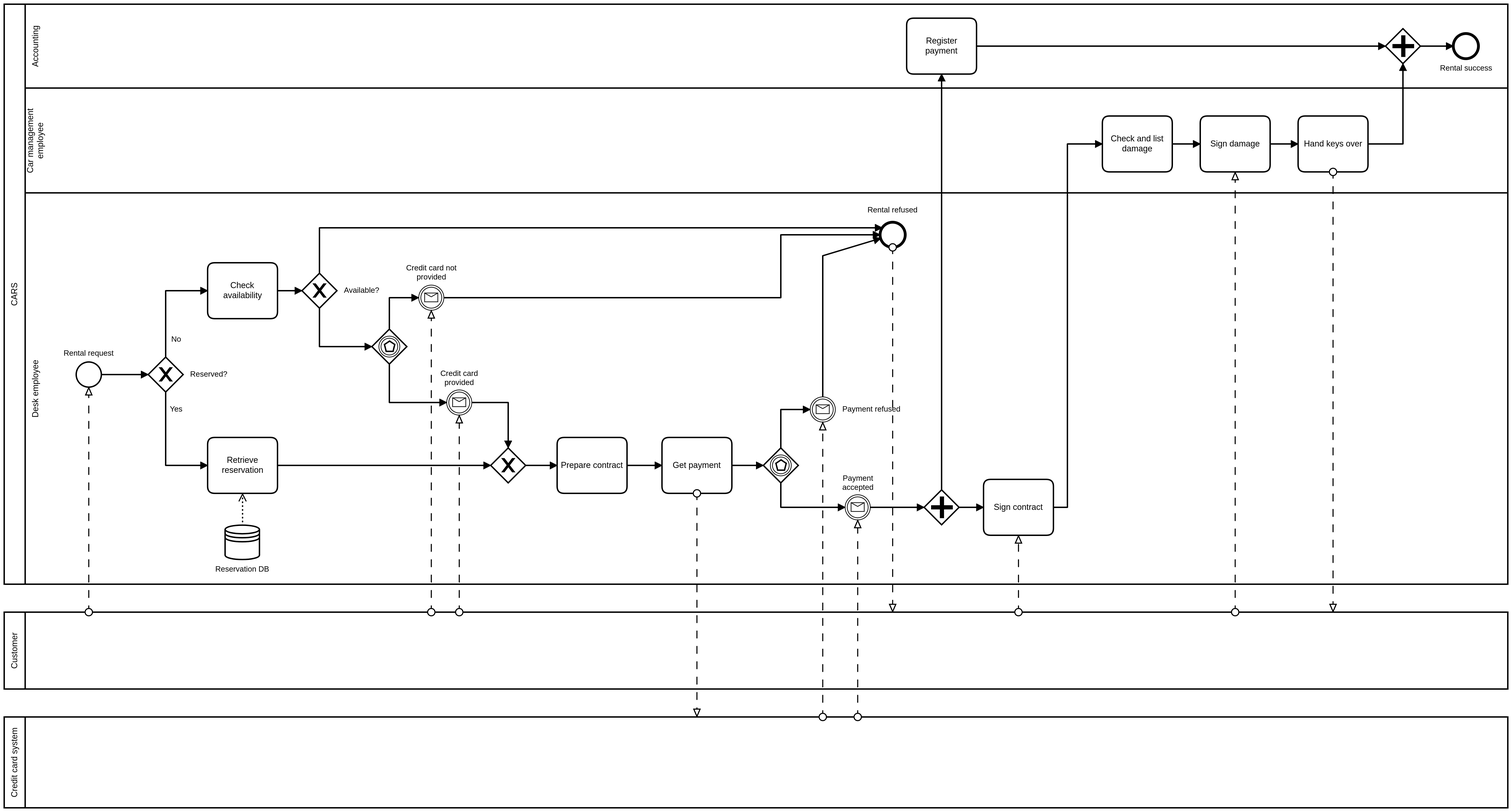
franco-ruggeri/polito-information-systems keeps this BPMN diagram as car_rental/models/checkout_process.png. Above is the earlier version. Its source is kept beside it as car_rental/models/checkout_process.bpmn. Ids are renumbered.
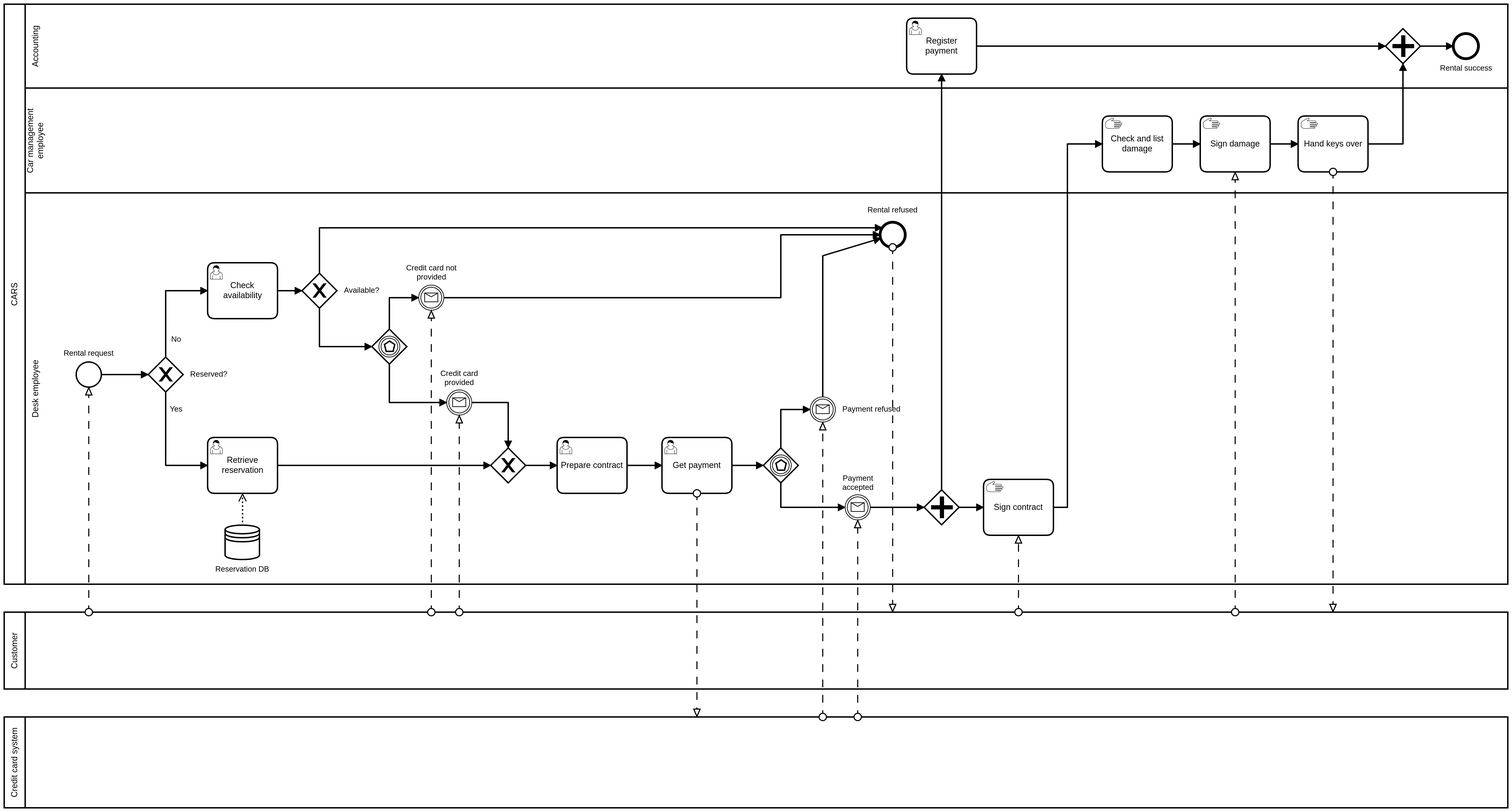
Later version of the same file.

Commit message:
Minor changes in all processes BPMN

Diff of the diagram source:
```diff
@@ -19,10 +19,7 @@
     <bpmn:laneSet id="LaneSet_n29">
       <bpmn:lane id="Lane_n30" name="Desk employee">
         <bpmn:flowNodeRef>Gateway_n31</bpmn:flowNodeRef>
-        <bpmn:flowNodeRef>Activity_n32</bpmn:flowNodeRef>
-        <bpmn:flowNodeRef>Activity_n33</bpmn:flowNodeRef>
         <bpmn:flowNodeRef>Gateway_n34</bpmn:flowNodeRef>
-        <bpmn:flowNodeRef>Activity_n35</bpmn:flowNodeRef>
         <bpmn:flowNodeRef>Gateway_n36</bpmn:flowNodeRef>
         <bpmn:flowNodeRef>Event_n20</bpmn:flowNodeRef>
         <bpmn:flowNodeRef>Gateway_n37</bpmn:flowNodeRef>
@@ -31,10 +28,13 @@
         <bpmn:flowNodeRef>Gateway_n38</bpmn:flowNodeRef>
         <bpmn:flowNodeRef>Event_n18</bpmn:flowNodeRef>
         <bpmn:flowNodeRef>Event_n16</bpmn:flowNodeRef>
+        <bpmn:flowNodeRef>Gateway_n39</bpmn:flowNodeRef>
+        <bpmn:flowNodeRef>Event_n14</bpmn:flowNodeRef>
+        <bpmn:flowNodeRef>Activity_n32</bpmn:flowNodeRef>
+        <bpmn:flowNodeRef>Activity_n33</bpmn:flowNodeRef>
+        <bpmn:flowNodeRef>Activity_n35</bpmn:flowNodeRef>
         <bpmn:flowNodeRef>Activity_n22</bpmn:flowNodeRef>
-        <bpmn:flowNodeRef>Gateway_n39</bpmn:flowNodeRef>
         <bpmn:flowNodeRef>Activity_n24</bpmn:flowNodeRef>
-        <bpmn:flowNodeRef>Event_n14</bpmn:flowNodeRef>
       </bpmn:lane>
       <bpmn:lane id="Lane_n40" name="Car management&#10;employee">
         <bpmn:flowNodeRef>Activity_n41</bpmn:flowNodeRef>
@@ -42,9 +42,9 @@
         <bpmn:flowNodeRef>Activity_n28</bpmn:flowNodeRef>
       </bpmn:lane>
       <bpmn:lane id="Lane_n42" name="Accounting">
-        <bpmn:flowNodeRef>Activity_n43</bpmn:flowNodeRef>
         <bpmn:flowNodeRef>Gateway_n44</bpmn:flowNodeRef>
         <bpmn:flowNodeRef>Event_n45</bpmn:flowNodeRef>
+        <bpmn:flowNodeRef>Activity_n43</bpmn:flowNodeRef>
       </bpmn:lane>
     </bpmn:laneSet>
     <bpmn:sequenceFlow id="Flow_n46" sourceRef="Gateway_n39" targetRef="Activity_n43" />
@@ -54,29 +54,12 @@
       <bpmn:outgoing>Flow_n49</bpmn:outgoing>
       <bpmn:outgoing>Flow_n50</bpmn:outgoing>
     </bpmn:exclusiveGateway>
-    <bpmn:task id="Activity_n32" name="Check availability">
-      <bpmn:incoming>Flow_n49</bpmn:incoming>
-      <bpmn:outgoing>Flow_n51</bpmn:outgoing>
-    </bpmn:task>
-    <bpmn:task id="Activity_n33" name="Retrieve reservation">
-      <bpmn:incoming>Flow_n50</bpmn:incoming>
-      <bpmn:outgoing>Flow_n52</bpmn:outgoing>
-      <bpmn:property id="Property_n53" name="__targetRef_placeholder" />
-      <bpmn:dataInputAssociation id="DataInputAssociation_n54">
-        <bpmn:sourceRef>DataStoreReference_n55</bpmn:sourceRef>
-        <bpmn:targetRef>Property_n53</bpmn:targetRef>
-      </bpmn:dataInputAssociation>
-    </bpmn:task>
     <bpmn:dataStoreReference id="DataStoreReference_n55" name="Reservation DB" />
     <bpmn:exclusiveGateway id="Gateway_n34">
       <bpmn:incoming>Flow_n52</bpmn:incoming>
       <bpmn:incoming>Flow_n56</bpmn:incoming>
       <bpmn:outgoing>Flow_n57</bpmn:outgoing>
     </bpmn:exclusiveGateway>
-    <bpmn:task id="Activity_n35" name="Prepare contract">
-      <bpmn:incoming>Flow_n57</bpmn:incoming>
-      <bpmn:outgoing>Flow_n58</bpmn:outgoing>
-    </bpmn:task>
     <bpmn:exclusiveGateway id="Gateway_n36" name="Available?">
       <bpmn:incoming>Flow_n51</bpmn:incoming>
       <bpmn:outgoing>Flow_n59</bpmn:outgoing>
@@ -132,39 +115,15 @@
     <bpmn:sequenceFlow id="Flow_n68" sourceRef="Gateway_n38" targetRef="Event_n18" />
     <bpmn:sequenceFlow id="Flow_n69" sourceRef="Gateway_n38" targetRef="Event_n16" />
     <bpmn:sequenceFlow id="Flow_n71" sourceRef="Event_n16" targetRef="Gateway_n39" />
-    <bpmn:task id="Activity_n22" name="Get payment">
-      <bpmn:incoming>Flow_n58</bpmn:incoming>
-      <bpmn:outgoing>Flow_n67</bpmn:outgoing>
-    </bpmn:task>
     <bpmn:sequenceFlow id="Flow_n67" sourceRef="Activity_n22" targetRef="Gateway_n38" />
     <bpmn:parallelGateway id="Gateway_n39">
       <bpmn:incoming>Flow_n71</bpmn:incoming>
       <bpmn:outgoing>Flow_n46</bpmn:outgoing>
       <bpmn:outgoing>Flow_n73</bpmn:outgoing>
     </bpmn:parallelGateway>
-    <bpmn:task id="Activity_n43" name="Register payment">
-      <bpmn:incoming>Flow_n46</bpmn:incoming>
-      <bpmn:outgoing>Flow_n47</bpmn:outgoing>
-    </bpmn:task>
     <bpmn:sequenceFlow id="Flow_n73" sourceRef="Gateway_n39" targetRef="Activity_n24" />
-    <bpmn:task id="Activity_n24" name="Sign contract">
-      <bpmn:incoming>Flow_n73</bpmn:incoming>
-      <bpmn:outgoing>Flow_n74</bpmn:outgoing>
-    </bpmn:task>
     <bpmn:sequenceFlow id="Flow_n74" sourceRef="Activity_n24" targetRef="Activity_n41" />
-    <bpmn:task id="Activity_n41" name="Check and list damage">
-      <bpmn:incoming>Flow_n74</bpmn:incoming>
-      <bpmn:outgoing>Flow_n75</bpmn:outgoing>
-    </bpmn:task>
     <bpmn:sequenceFlow id="Flow_n75" sourceRef="Activity_n41" targetRef="Activity_n26" />
-    <bpmn:task id="Activity_n26" name="Sign damage">
-      <bpmn:incoming>Flow_n75</bpmn:incoming>
-      <bpmn:outgoing>Flow_n76</bpmn:outgoing>
-    </bpmn:task>
-    <bpmn:task id="Activity_n28" name="Hand keys over">
-      <bpmn:incoming>Flow_n76</bpmn:incoming>
-      <bpmn:outgoing>Flow_n77</bpmn:outgoing>
-    </bpmn:task>
     <bpmn:sequenceFlow id="Flow_n76" sourceRef="Activity_n26" targetRef="Activity_n28" />
     <bpmn:sequenceFlow id="Flow_n78" sourceRef="Gateway_n44" targetRef="Event_n45" />
     <bpmn:sequenceFlow id="Flow_n77" sourceRef="Activity_n28" targetRef="Gateway_n44" />
@@ -181,6 +140,47 @@
       <bpmn:incoming>Flow_n64</bpmn:incoming>
       <bpmn:incoming>Flow_n65</bpmn:incoming>
     </bpmn:endEvent>
+    <bpmn:userTask id="Activity_n32" name="Check availability">
+      <bpmn:incoming>Flow_n49</bpmn:incoming>
+      <bpmn:outgoing>Flow_n51</bpmn:outgoing>
+    </bpmn:userTask>
+    <bpmn:userTask id="Activity_n33" name="Retrieve reservation">
+      <bpmn:incoming>Flow_n50</bpmn:incoming>
+      <bpmn:outgoing>Flow_n52</bpmn:outgoing>
+      <bpmn:property id="Property_n79" name="__targetRef_placeholder" />
+      <bpmn:dataInputAssociation id="DataInputAssociation_n54">
+        <bpmn:sourceRef>DataStoreReference_n55</bpmn:sourceRef>
+        <bpmn:targetRef>Property_n79</bpmn:targetRef>
+      </bpmn:dataInputAssociation>
+    </bpmn:userTask>
+    <bpmn:userTask id="Activity_n35" name="Prepare contract">
+      <bpmn:incoming>Flow_n57</bpmn:incoming>
+      <bpmn:outgoing>Flow_n58</bpmn:outgoing>
+    </bpmn:userTask>
+    <bpmn:userTask id="Activity_n22" name="Get payment">
+      <bpmn:incoming>Flow_n58</bpmn:incoming>
+      <bpmn:outgoing>Flow_n67</bpmn:outgoing>
+    </bpmn:userTask>
+    <bpmn:manualTask id="Activity_n24" name="Sign contract">
+      <bpmn:incoming>Flow_n73</bpmn:incoming>
+      <bpmn:outgoing>Flow_n74</bpmn:outgoing>
+    </bpmn:manualTask>
+    <bpmn:manualTask id="Activity_n41" name="Check and list damage">
+      <bpmn:incoming>Flow_n74</bpmn:incoming>
+      <bpmn:outgoing>Flow_n75</bpmn:outgoing>
+    </bpmn:manualTask>
+    <bpmn:manualTask id="Activity_n26" name="Sign damage">
+      <bpmn:incoming>Flow_n75</bpmn:incoming>
+      <bpmn:outgoing>Flow_n76</bpmn:outgoing>
+    </bpmn:manualTask>
+    <bpmn:manualTask id="Activity_n28" name="Hand keys over">
+      <bpmn:incoming>Flow_n76</bpmn:incoming>
+      <bpmn:outgoing>Flow_n77</bpmn:outgoing>
+    </bpmn:manualTask>
+    <bpmn:userTask id="Activity_n43" name="Register payment">
+      <bpmn:incoming>Flow_n46</bpmn:incoming>
+      <bpmn:outgoing>Flow_n47</bpmn:outgoing>
+    </bpmn:userTask>
   </bpmn:process>
   <bpmn:process id="Process_n8" isExecutable="true" />
   <bpmndi:BPMNDiagram id="BPMNDiagram_1">
@@ -331,12 +331,6 @@
           <dc:Bounds x="395" y="583" width="54" height="14" />
         </bpmndi:BPMNLabel>
       </bpmndi:BPMNShape>
-      <bpmndi:BPMNShape id="Activity_n32_di" bpmnElement="Activity_n32">
-        <dc:Bounds x="420" y="430" width="100" height="80" />
-      </bpmndi:BPMNShape>
-      <bpmndi:BPMNShape id="Activity_n33_di" bpmnElement="Activity_n33">
-        <dc:Bounds x="420" y="680" width="100" height="80" />
-      </bpmndi:BPMNShape>
       <bpmndi:BPMNShape id="DataStoreReference_n55_di" bpmnElement="DataStoreReference_n55">
         <dc:Bounds x="445" y="805" width="50" height="50" />
         <bpmndi:BPMNLabel>
@@ -345,9 +339,6 @@
       </bpmndi:BPMNShape>
       <bpmndi:BPMNShape id="Gateway_n34_di" bpmnElement="Gateway_n34" isMarkerVisible="true">
         <dc:Bounds x="825" y="695" width="50" height="50" />
-      </bpmndi:BPMNShape>
-      <bpmndi:BPMNShape id="Activity_n35_di" bpmnElement="Activity_n35">
-        <dc:Bounds x="920" y="680" width="100" height="80" />
       </bpmndi:BPMNShape>
       <bpmndi:BPMNShape id="Gateway_n36_di" bpmnElement="Gateway_n36" isMarkerVisible="true">
         <dc:Bounds x="555" y="445" width="50" height="50" />
@@ -391,26 +382,8 @@
           <dc:Bounds x="1328" y="732" width="45" height="27" />
         </bpmndi:BPMNLabel>
       </bpmndi:BPMNShape>
-      <bpmndi:BPMNShape id="Activity_n22_di" bpmnElement="Activity_n22">
-        <dc:Bounds x="1070" y="680" width="100" height="80" />
-      </bpmndi:BPMNShape>
       <bpmndi:BPMNShape id="Gateway_1u0s5jb_di" bpmnElement="Gateway_n39">
         <dc:Bounds x="1445" y="755" width="50" height="50" />
-      </bpmndi:BPMNShape>
-      <bpmndi:BPMNShape id="Activity_n43_di" bpmnElement="Activity_n43">
-        <dc:Bounds x="1420" y="80" width="100" height="80" />
-      </bpmndi:BPMNShape>
-      <bpmndi:BPMNShape id="Activity_n24_di" bpmnElement="Activity_n24">
-        <dc:Bounds x="1530" y="740" width="100" height="80" />
-      </bpmndi:BPMNShape>
-      <bpmndi:BPMNShape id="Activity_n41_di" bpmnElement="Activity_n41">
-        <dc:Bounds x="1700" y="220" width="100" height="80" />
-      </bpmndi:BPMNShape>
-      <bpmndi:BPMNShape id="Activity_n26_di" bpmnElement="Activity_n26">
-        <dc:Bounds x="1840" y="220" width="100" height="80" />
-      </bpmndi:BPMNShape>
-      <bpmndi:BPMNShape id="Activity_n28_di" bpmnElement="Activity_n28">
-        <dc:Bounds x="1980" y="220" width="100" height="80" />
       </bpmndi:BPMNShape>
       <bpmndi:BPMNShape id="Gateway_020byk6_di" bpmnElement="Gateway_n44">
         <dc:Bounds x="2105" y="95" width="50" height="50" />
@@ -426,6 +399,33 @@
         <bpmndi:BPMNLabel>
           <dc:Bounds x="1364" y="348" width="72" height="14" />
         </bpmndi:BPMNLabel>
+      </bpmndi:BPMNShape>
+      <bpmndi:BPMNShape id="Activity_1bimmh1_di" bpmnElement="Activity_n32">
+        <dc:Bounds x="420" y="430" width="100" height="80" />
+      </bpmndi:BPMNShape>
+      <bpmndi:BPMNShape id="Activity_1ow7yg5_di" bpmnElement="Activity_n33">
+        <dc:Bounds x="420" y="680" width="100" height="80" />
+      </bpmndi:BPMNShape>
+      <bpmndi:BPMNShape id="Activity_1ss9cgq_di" bpmnElement="Activity_n35">
+        <dc:Bounds x="920" y="680" width="100" height="80" />
+      </bpmndi:BPMNShape>
+      <bpmndi:BPMNShape id="Activity_0r79aec_di" bpmnElement="Activity_n22">
+        <dc:Bounds x="1070" y="680" width="100" height="80" />
+      </bpmndi:BPMNShape>
+      <bpmndi:BPMNShape id="Activity_0yk2czq_di" bpmnElement="Activity_n24">
+        <dc:Bounds x="1530" y="740" width="100" height="80" />
+      </bpmndi:BPMNShape>
+      <bpmndi:BPMNShape id="Activity_02lj9wu_di" bpmnElement="Activity_n41">
+        <dc:Bounds x="1700" y="220" width="100" height="80" />
+      </bpmndi:BPMNShape>
+      <bpmndi:BPMNShape id="Activity_1m33n2w_di" bpmnElement="Activity_n26">
+        <dc:Bounds x="1840" y="220" width="100" height="80" />
+      </bpmndi:BPMNShape>
+      <bpmndi:BPMNShape id="Activity_0z2s50i_di" bpmnElement="Activity_n28">
+        <dc:Bounds x="1980" y="220" width="100" height="80" />
+      </bpmndi:BPMNShape>
+      <bpmndi:BPMNShape id="Activity_0vvrjy0_di" bpmnElement="Activity_n43">
+        <dc:Bounds x="1420" y="80" width="100" height="80" />
       </bpmndi:BPMNShape>
       <bpmndi:BPMNShape id="Participant_n7_di" bpmnElement="Participant_n7" isHorizontal="true">
         <dc:Bounds x="129" y="1080" width="2151" height="130" />
```
